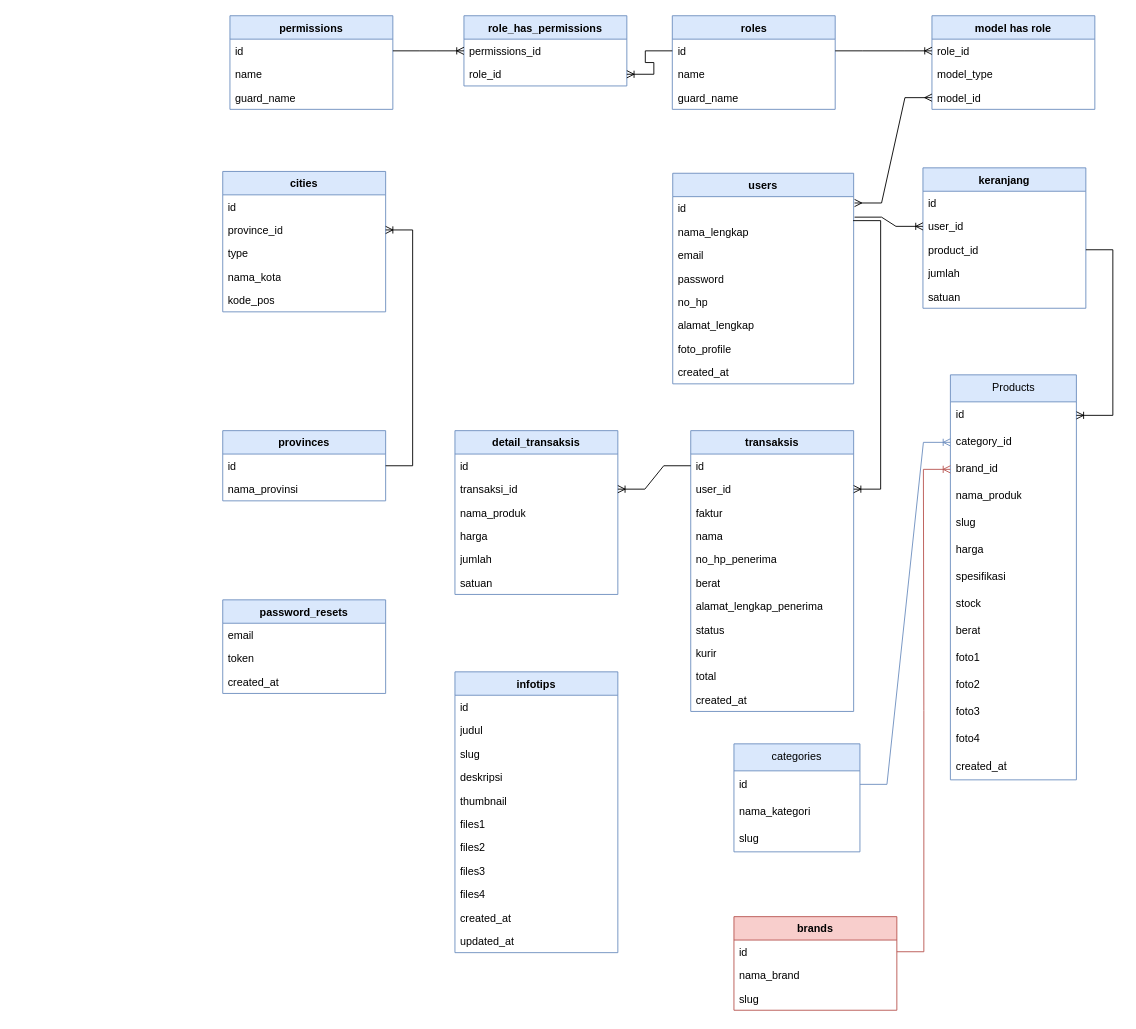
The draw.io diagram page "erd" (1 of 2) of classdiagram.drawio in ThikerXCX/umltoko, before the edit. Source tidied: cells renumbered, new cells numbered last; positions are measured from the earlier drawing's top-left corner, leaving out a move shared by most shapes. Both pictures are drawn from the tidied source at 90%, with x=0, y=0 at pixel (222, 15).
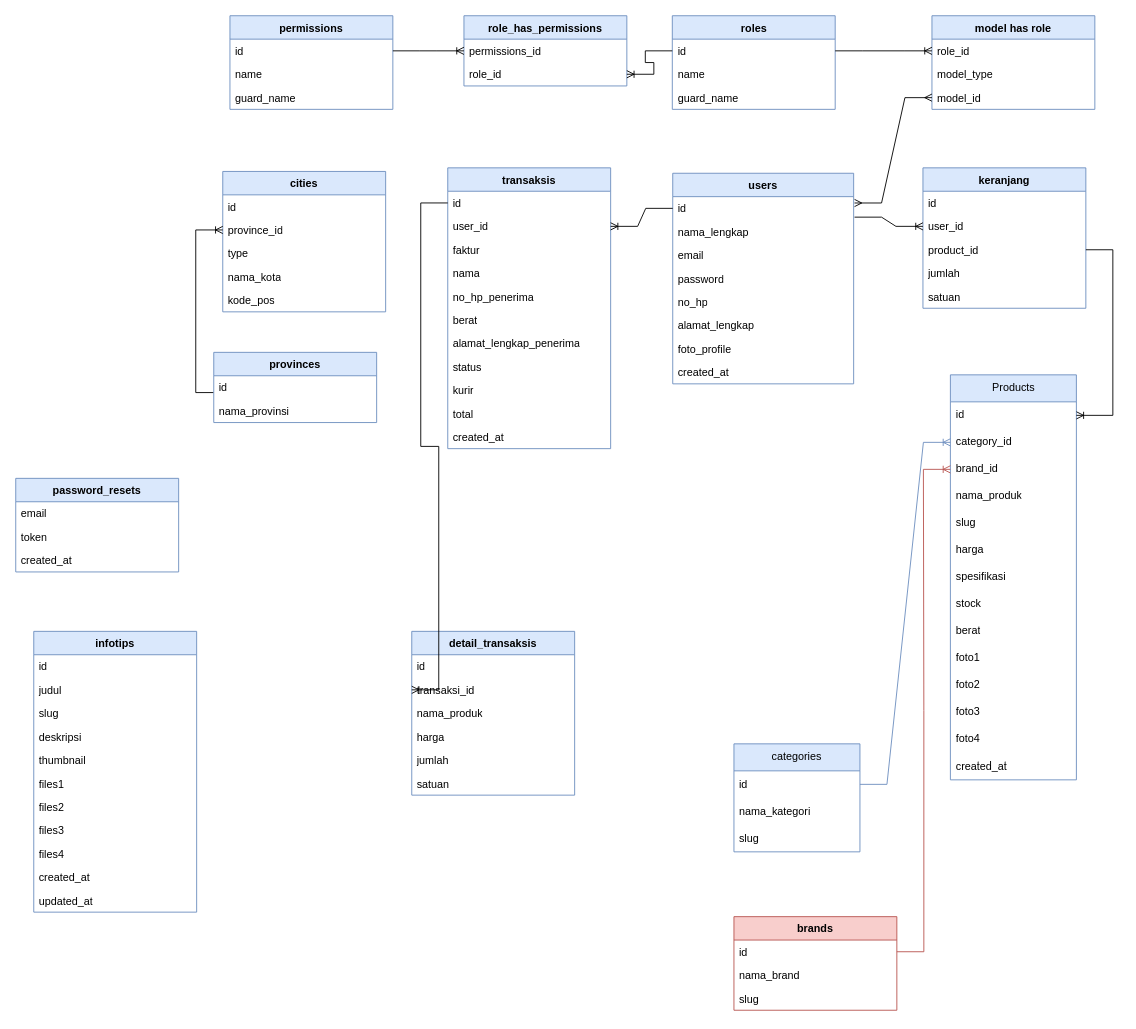
The same diagram, later.

The change refers to these unchanged cells:
```xml
<mxCell id="27" value="id" style="text;strokeColor=none;fillColor=none;align=left;verticalAlign=top;spacingLeft=4;spacingRight=4;overflow=hidden;points=[[0,0.5],[1,0.5]];portConstraint=eastwest;whiteSpace=wrap;html=1;" parent="26" vertex="1">
  <mxGeometry y="26" width="201" height="26" as="geometry" />
</mxCell>
<mxCell id="43" value="province_id" style="text;strokeColor=none;fillColor=none;align=left;verticalAlign=top;spacingLeft=4;spacingRight=4;overflow=hidden;points=[[0,0.5],[1,0.5]];portConstraint=eastwest;whiteSpace=wrap;html=1;" parent="41" vertex="1">
  <mxGeometry y="52" width="181" height="26" as="geometry" />
</mxCell>
<mxCell id="60" value="id" style="text;strokeColor=none;fillColor=none;align=left;verticalAlign=top;spacingLeft=4;spacingRight=4;overflow=hidden;points=[[0,0.5],[1,0.5]];portConstraint=eastwest;whiteSpace=wrap;html=1;" parent="59" vertex="1">
  <mxGeometry y="26" width="181" height="26" as="geometry" />
</mxCell>
<mxCell id="61" value="user_id" style="text;strokeColor=none;fillColor=none;align=left;verticalAlign=top;spacingLeft=4;spacingRight=4;overflow=hidden;points=[[0,0.5],[1,0.5]];portConstraint=eastwest;whiteSpace=wrap;html=1;" parent="59" vertex="1">
  <mxGeometry y="52" width="181" height="26" as="geometry" />
</mxCell>
<mxCell id="73" value="transaksi_id" style="text;strokeColor=none;fillColor=none;align=left;verticalAlign=top;spacingLeft=4;spacingRight=4;overflow=hidden;points=[[0,0.5],[1,0.5]];portConstraint=eastwest;whiteSpace=wrap;html=1;" parent="71" vertex="1">
  <mxGeometry y="52" width="181" height="26" as="geometry" />
</mxCell>
<mxCell id="79" value="id" style="text;strokeColor=none;fillColor=none;align=left;verticalAlign=top;spacingLeft=4;spacingRight=4;overflow=hidden;points=[[0,0.5],[1,0.5]];portConstraint=eastwest;whiteSpace=wrap;html=1;" parent="78" vertex="1">
  <mxGeometry y="26" width="181" height="26" as="geometry" />
</mxCell>
```

What changed in the source:
```diff
@@
     <mxCell id="47" value="infotips" style="swimlane;fontStyle=1;align=center;verticalAlign=top;horizontal=1;startSize=26;whiteSpace=wrap;html=1;fillColor=#dae8fc;strokeColor=#6c8ebf;" parent="1" vertex="1">
-      <mxGeometry x="258" y="729" width="181" height="312" as="geometry" />
+      <mxGeometry x="-210" y="684" width="181" height="312" as="geometry" />
     </mxCell>
@@
     <mxCell id="59" value="transaksis" style="swimlane;fontStyle=1;align=center;verticalAlign=top;horizontal=1;startSize=26;whiteSpace=wrap;html=1;fillColor=#dae8fc;strokeColor=#6c8ebf;" parent="1" vertex="1">
-      <mxGeometry x="520" y="461" width="181" height="312" as="geometry" />
+      <mxGeometry x="250" y="169" width="181" height="312" as="geometry" />
     </mxCell>
@@
     <mxCell id="71" value="detail_transaksis" style="swimlane;fontStyle=1;align=center;verticalAlign=top;horizontal=1;startSize=26;whiteSpace=wrap;html=1;fillColor=#dae8fc;strokeColor=#6c8ebf;" parent="1" vertex="1">
-      <mxGeometry x="258" y="461" width="181" height="182" as="geometry" />
+      <mxGeometry x="210" y="684" width="181" height="182" as="geometry" />
     </mxCell>
@@
     <mxCell id="78" value="provinces" style="swimlane;fontStyle=1;align=center;verticalAlign=top;horizontal=1;startSize=26;whiteSpace=wrap;html=1;fillColor=#dae8fc;strokeColor=#6c8ebf;" parent="1" vertex="1">
-      <mxGeometry y="461" width="181" height="78" as="geometry" />
+      <mxGeometry x="-10" y="374" width="181" height="78" as="geometry" />
     </mxCell>
@@
     <mxCell id="96" value="password_resets" style="swimlane;fontStyle=1;align=center;verticalAlign=top;horizontal=1;startSize=26;whiteSpace=wrap;html=1;fillColor=#dae8fc;strokeColor=#6c8ebf;" parent="1" vertex="1">
-      <mxGeometry y="649" width="181" height="104" as="geometry" />
+      <mxGeometry x="-230" y="514" width="181" height="104" as="geometry" />
     </mxCell>
@@
-    <mxCell id="101" style="edgeStyle=entityRelationEdgeStyle;fontSize=12;html=1;endArrow=ERoneToMany;rounded=0;" parent="1" edge="1" source="79" target="43">
-      <mxGeometry relative="1" as="geometry" />
-    </mxCell>
-    <mxCell id="102" style="edgeStyle=entityRelationEdgeStyle;fontSize=12;html=1;endArrow=ERoneToMany;rounded=0;exitX=0.997;exitY=1.025;exitDx=0;exitDy=0;exitPerimeter=0;" parent="1" edge="1" source="27" target="61">
+    <mxCell id="102" style="edgeStyle=entityRelationEdgeStyle;fontSize=12;html=1;endArrow=ERoneToMany;rounded=0;" parent="1" edge="1" source="27" target="61">
       <mxGeometry relative="1" as="geometry">
         <Array as="points">
           <mxPoint x="328" y="539" />
         </Array>
       </mxGeometry>
     </mxCell>
-    <mxCell id="103" style="edgeStyle=entityRelationEdgeStyle;fontSize=12;html=1;endArrow=ERoneToMany;rounded=0;" parent="1" edge="1" source="60" target="73">
-      <mxGeometry relative="1" as="geometry" />
+    <mxCell id="103" style="edgeStyle=entityRelationEdgeStyle;fontSize=12;html=1;endArrow=ERoneToMany;rounded=0;exitX=0;exitY=0.5;exitDx=0;exitDy=0;entryX=0;entryY=0.5;entryDx=0;entryDy=0;" parent="1" edge="1" source="60" target="73">
+      <mxGeometry relative="1" as="geometry">
+        <Array as="points">
+          <mxPoint x="170" y="494" />
+          <mxPoint x="210" y="624" />
+        </Array>
+      </mxGeometry>
     </mxCell>
@@
+    <mxCell id="110" style="edgeStyle=orthogonalEdgeStyle;rounded=0;jettySize=auto;html=1;exitX=0;exitY=0.5;exitDx=0;exitDy=0;entryX=-0.003;entryY=0.719;entryDx=0;entryDy=0;entryPerimeter=0;startArrow=ERoneToMany;startFill=0;endArrow=none;endFill=0;" parent="1" edge="1" source="43" target="79">
+      <mxGeometry relative="1" as="geometry" />
+    </mxCell>
```
